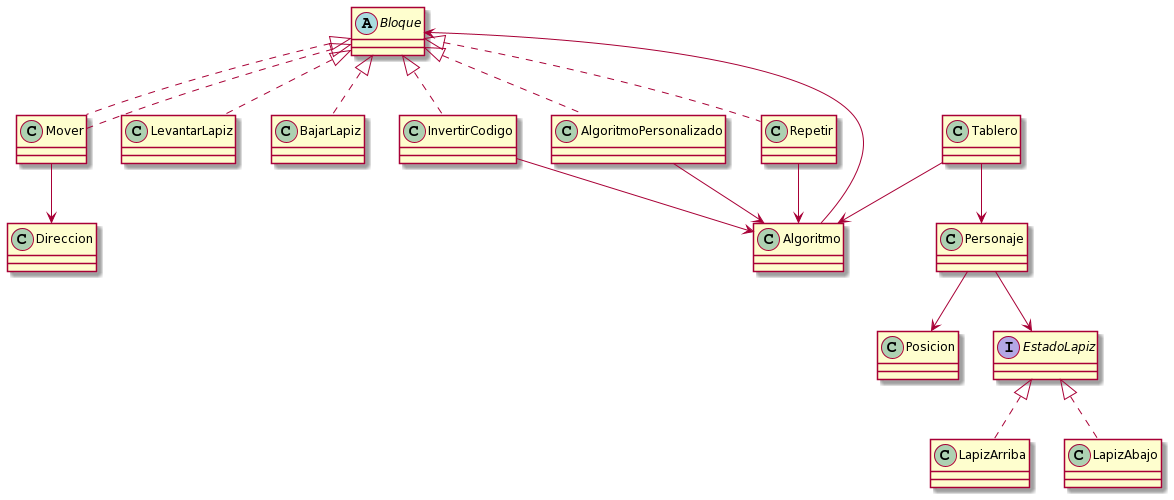
The PlantUML diagram Diagramas/DiagramaClases.png in lucasbilo/TP2_T12_ALGO3, before a commit. Its diagram source:
```plantuml
@startuml
abstract Bloque
Mover ..|> Bloque
Bloque <|.. LevantarLapiz
Bloque <|.. BajarLapiz
Bloque <|.. InvertirCodigo
Bloque <|.. AlgoritmoPersonalizado
Bloque <|.. Repetir
Bloque <|.. Mover
Tablero --> Personaje
Personaje --> Posicion
Personaje --> EstadoLapiz
Mover --> Direccion
AlgoritmoPersonalizado --> Algoritmo
InvertirCodigo --> Algoritmo
Repetir --> Algoritmo
Tablero --> Algoritmo
Algoritmo --> Bloque

interface EstadoLapiz{
}

EstadoLapiz <|.. LapizArriba
EstadoLapiz <|.. LapizAbajo

class Mover{
}

class Tablero{
}

class Personaje{
}


class LevantarLapiz{
}

class BajarLapiz{
}

class InvertirCodigo{
}

class AlgoritmoPersonalizado{
}

class Repetir{
}
@enduml
```
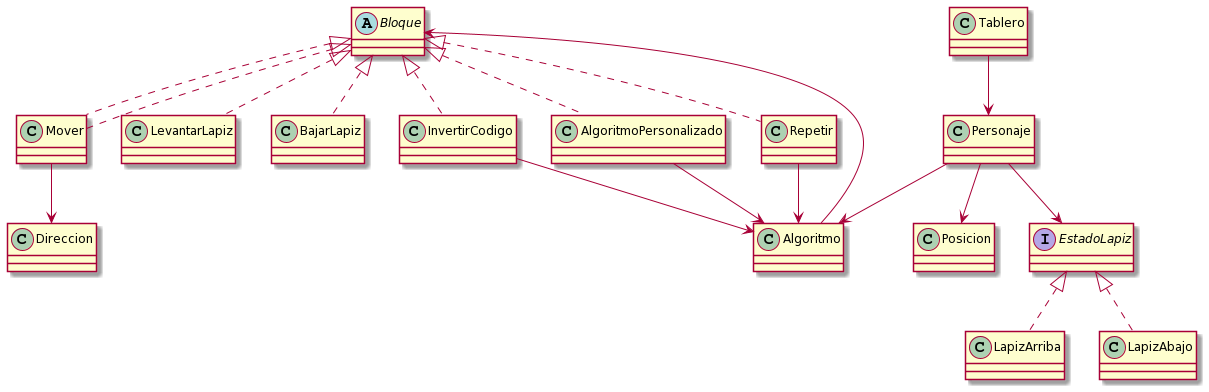
The same diagram one commit later.

Commit message:
Modificacion de nombre de test y actualizacion diagrama de clases

Change to the diagram source:
```diff
@@ -14,7 +14,7 @@
 AlgoritmoPersonalizado --> Algoritmo
 InvertirCodigo --> Algoritmo
 Repetir --> Algoritmo
-Tablero --> Algoritmo
+Personaje --> Algoritmo
 Algoritmo --> Bloque
 
 interface EstadoLapiz{
```
